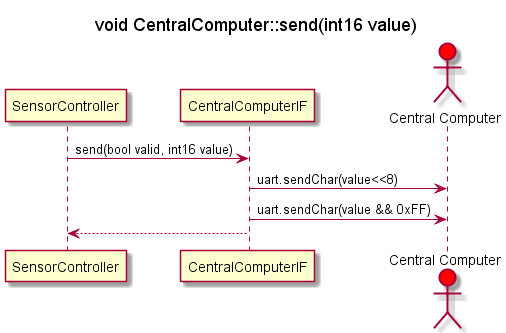
This is Design/SE/SensorController/Software/Klasser/CentralComputerIF/centralComputerSend/CentralComputerIFSendSekvens.png from Solvgraa-mager/E4PRJ4, a PlantUML export, as it was before one commit.
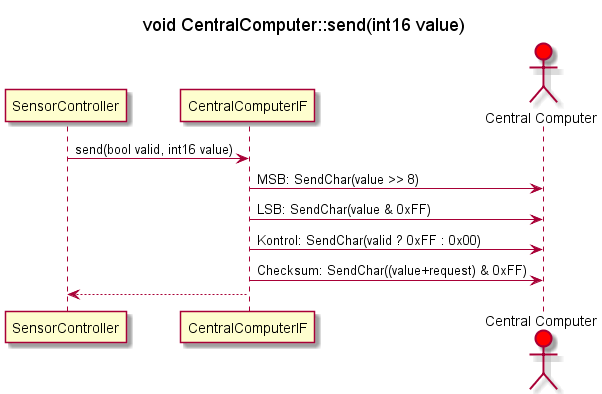
After the change.

Diff of the diagram source:
```diff
@@ -6,8 +6,10 @@
 actor "Central Computer" as CC #red
 
 SC -> CCIF : send(bool valid, int16 value)
-CCIF -> CC : uart.sendChar(value<<8)
-CCIF -> CC : uart.sendChar(value && 0xFF)
+CCIF -> CC : MSB: SendChar(value >> 8)
+CCIF -> CC : LSB: SendChar(value & 0xFF)
+CCIF -> CC : Kontrol: SendChar(valid ? 0xFF : 0x00)
+CCIF -> CC : Checksum: SendChar((value+request) & 0xFF)
 CCIF --> SC :
 
 
```
